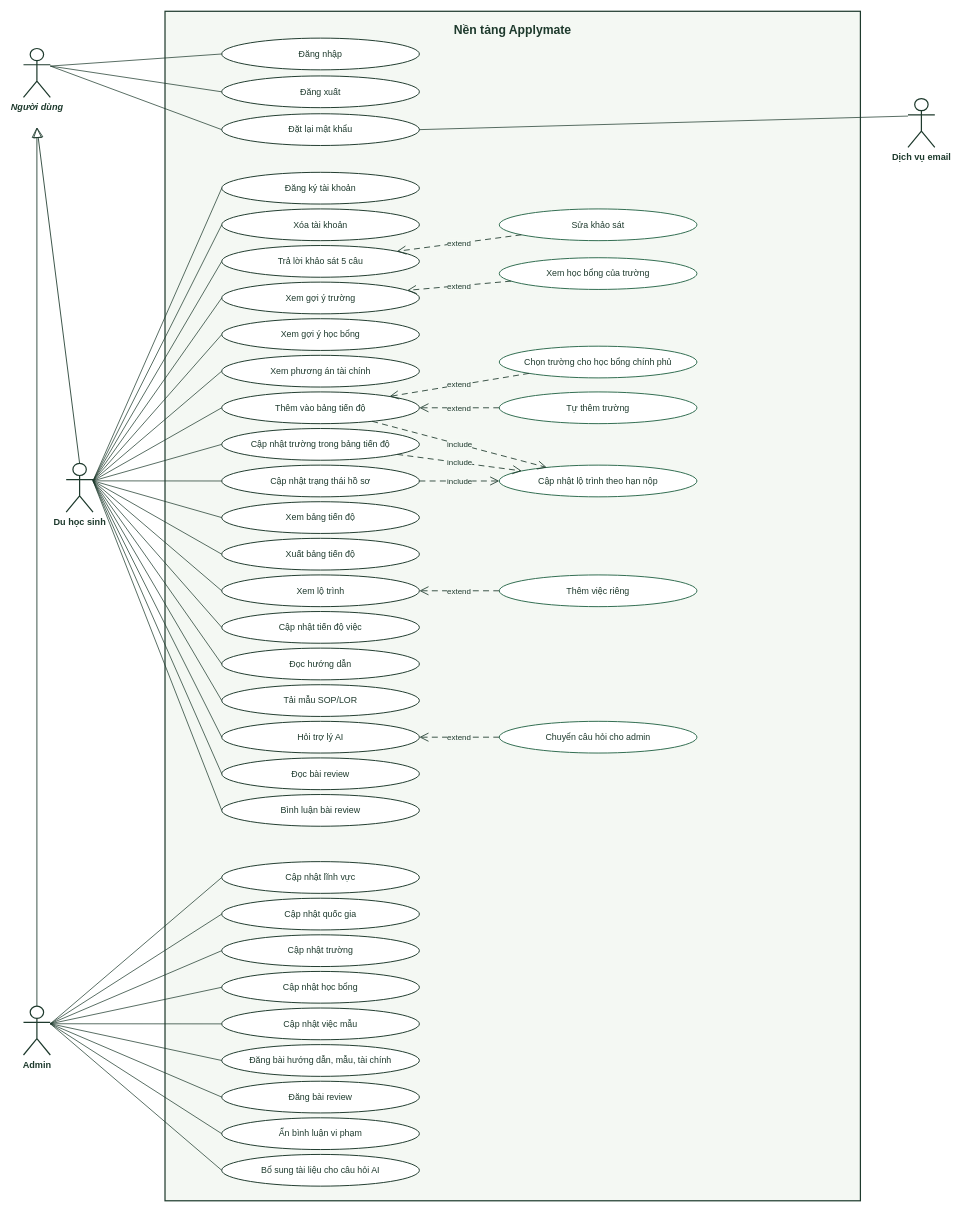
This is diagrams/use-case.drawio from nngocanh592004-ai/applymate, a draw.io file, before an edit. Source tidied: cells renumbered, new cells numbered last; positions are measured from the earlier drawing's top-left corner, leaving out a move shared by most shapes. Both pictures are drawn from the tidied source at 61%, with x=0, y=0 at pixel (23, 11).
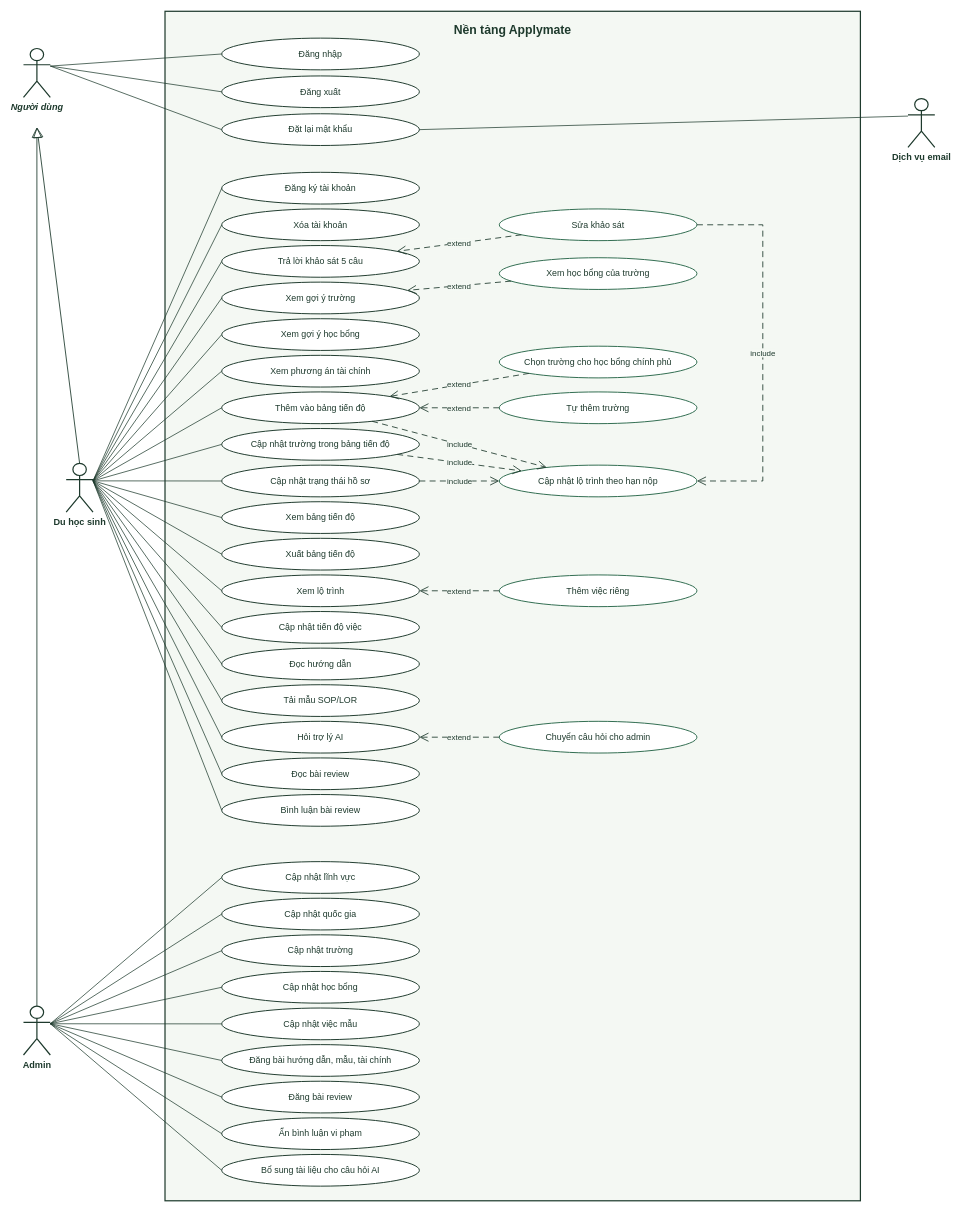
The same page after the edit.

Commit message (it also covers changes not shown here):
Vẽ lại BPMN As-Is, To-Be ở mức cơ bản; use case thêm include cho Sửa khảo sát

The change refers to these unchanged cells:
```xml
<mxCell id="34" value="Cập nhật lộ trình theo hạn nộp" style="ellipse;whiteSpace=wrap;html=1;fillColor=#FFFFFF;strokeColor=#2F6B4F;strokeWidth=1.6;fontSize=14.5;fontFamily=Arial;fontColor=#1E3A2D;" parent="1" vertex="1">
  <mxGeometry x="780" y="744" width="324" height="52" as="geometry" />
</mxCell>
<mxCell id="38" value="Sửa khảo sát" style="ellipse;whiteSpace=wrap;html=1;fillColor=#FFFFFF;strokeColor=#2F6B4F;strokeWidth=1.6;fontSize=14.5;fontFamily=Arial;fontColor=#1E3A2D;" parent="1" vertex="1">
  <mxGeometry x="780" y="324" width="324" height="52" as="geometry" />
</mxCell>
```

Change to the diagram source:
```diff
@@
+    <mxCell id="86" value="include" style="html=1;dashed=1;dashPattern=7 5;endArrow=open;endSize=12;strokeColor=#1E3A2D;strokeWidth=1.4;fontSize=13;fontFamily=Arial;fontColor=#1E3A2D;labelBackgroundColor=#F4F8F3;edgeStyle=orthogonalEdgeStyle;rounded=0;exitX=1;exitY=0.5;exitDx=0;exitDy=0;entryX=1;entryY=0.5;entryDx=0;entryDy=0;" parent="1" edge="1" source="38" target="34">
+      <mxGeometry relative="1" as="geometry">
+        <Array as="points">
+          <mxPoint x="1212" y="350" />
+          <mxPoint x="1212" y="770" />
+        </Array>
+      </mxGeometry>
+    </mxCell>
```
